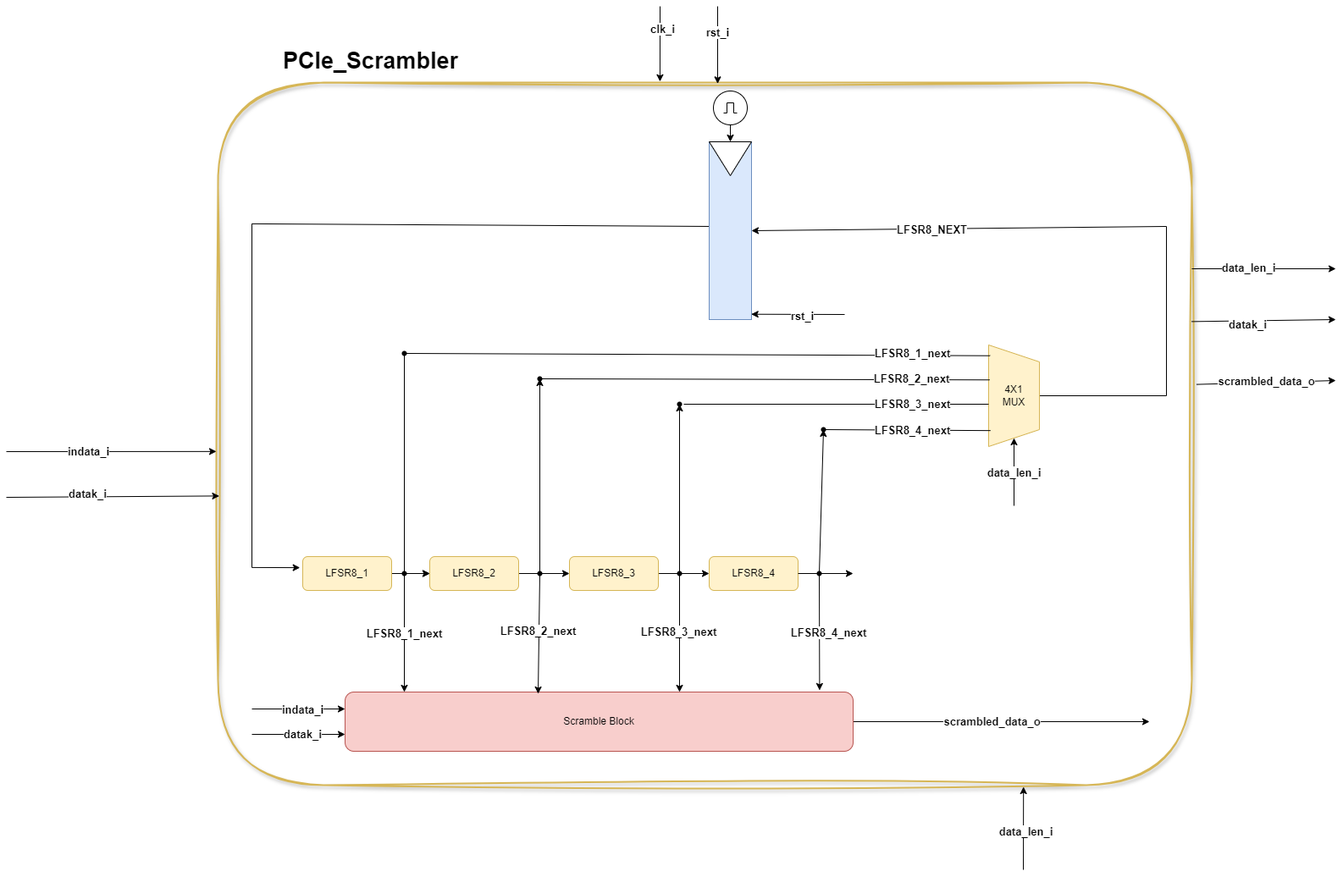
Earlier version of the draw.io export images/scrambler_high_level.png (baselkelziye/PCIe_Scrambler). Source tidied: cells renumbered, new cells last; positions are measured from the earlier drawing's top-left corner, leaving out a move shared by most shapes.
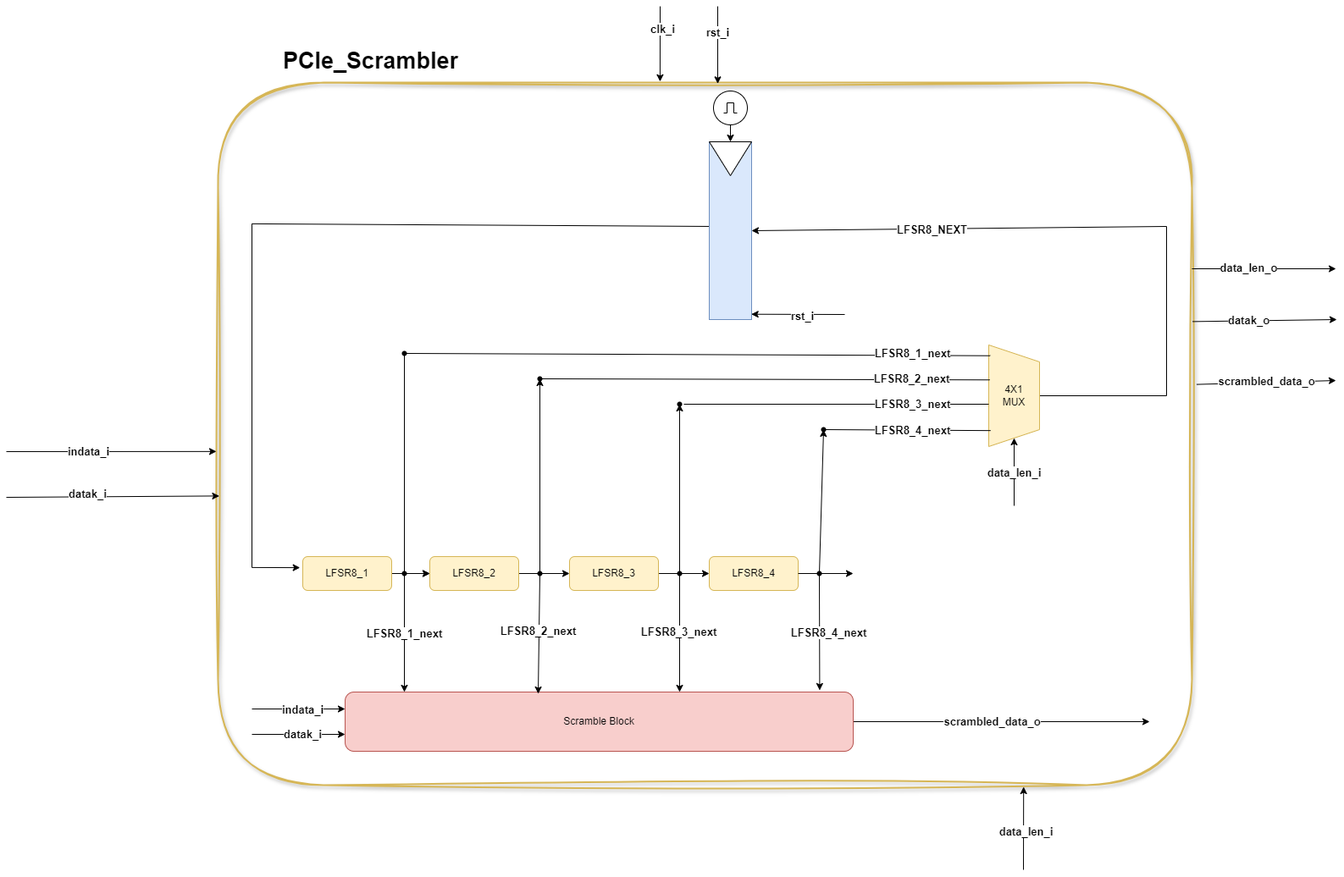
Above is the later version.

Commit message:
Update High level system diagram

Change to the diagram source:
```diff
@@ -281,18 +281,21 @@
         <mxPoint x="1570" y="310" as="targetPoint" />
       </mxGeometry>
     </mxCell>
-    <mxCell id="70" value="data_len_i" style="edgeLabel;html=1;align=center;verticalAlign=middle;fontSize=13;fontStyle=1;" parent="69" vertex="1">
+    <mxCell id="70" value="data_len_o" style="edgeLabel;html=1;align=center;verticalAlign=middle;fontSize=13;fontStyle=1;" parent="69" vertex="1">
       <mxGeometry x="-0.35" y="1" relative="1" as="geometry">
         <mxPoint x="11" as="offset" />
       </mxGeometry>
     </mxCell>
-    <mxCell id="71" style="endArrow=classic;html=1;rounded=0;exitX=0.998;exitY=0.341;exitDx=0;exitDy=0;exitPerimeter=0;" parent="1" edge="1" source="51">
+    <mxCell id="71" style="endArrow=classic;html=1;rounded=0;exitX=0.998;exitY=0.341;exitDx=0;exitDy=0;exitPerimeter=0;" parent="1" edge="1">
       <mxGeometry relative="1" as="geometry">
-        <mxPoint x="1570" y="370" as="targetPoint" />
+        <mxPoint x="1400.7" y="372.4" as="sourcePoint" />
+        <mxPoint x="1571" y="370" as="targetPoint" />
       </mxGeometry>
     </mxCell>
-    <mxCell id="72" value="datak_i" style="edgeLabel;html=1;align=center;verticalAlign=middle;fontSize=13;fontStyle=1;" parent="71" vertex="1">
-      <mxGeometry x="-0.22" y="-4" relative="1" as="geometry" />
+    <mxCell id="72" value="datak_o" style="edgeLabel;html=1;align=center;verticalAlign=middle;fontSize=13;fontStyle=1;" parent="71" vertex="1">
+      <mxGeometry x="-0.22" y="-4" relative="1" as="geometry">
+        <mxPoint y="-5" as="offset" />
+      </mxGeometry>
     </mxCell>
     <mxCell id="73" style="endArrow=classic;html=1;rounded=0;exitX=1.003;exitY=0.43;exitDx=0;exitDy=0;exitPerimeter=0;" parent="1" edge="1" source="51">
       <mxGeometry relative="1" as="geometry">
```
